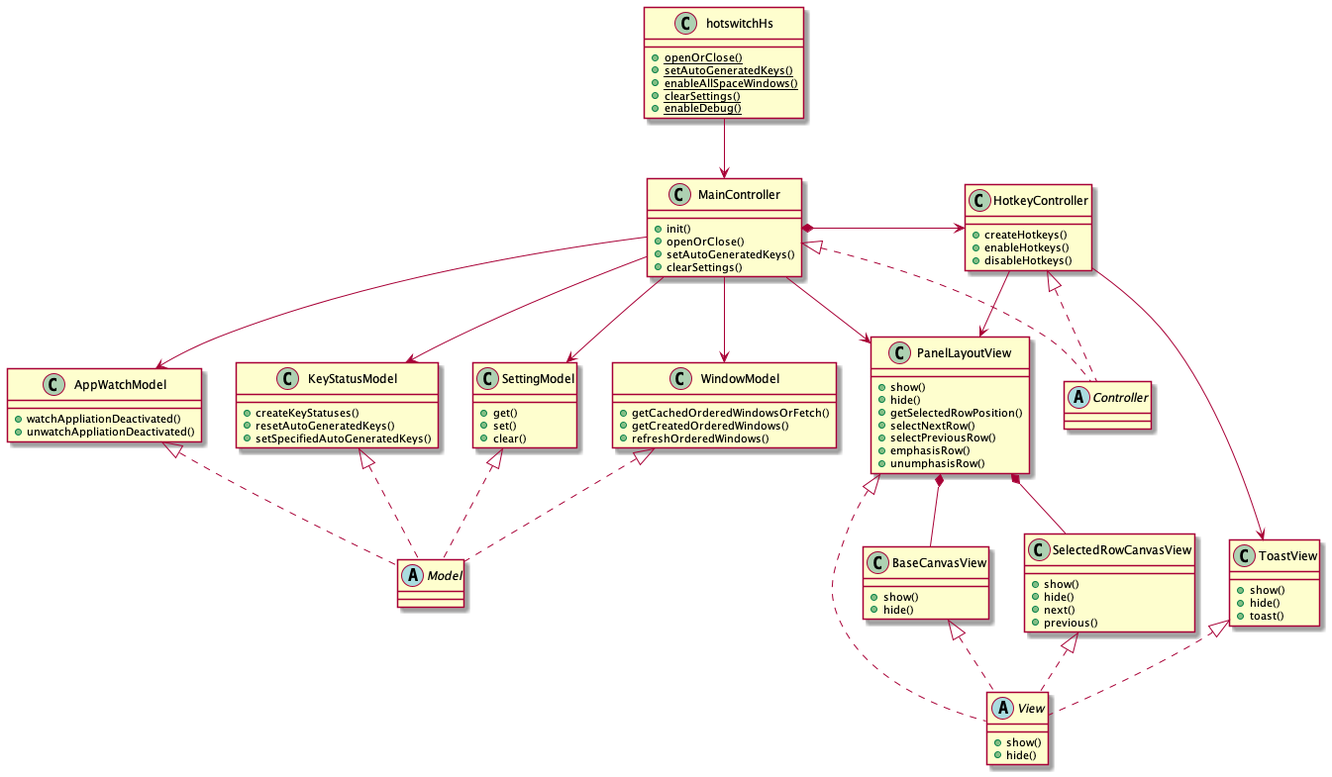
The PlantUML diagram doc/img/class_diagram.png in oniatsu/HotSwitch-HS, before a commit.
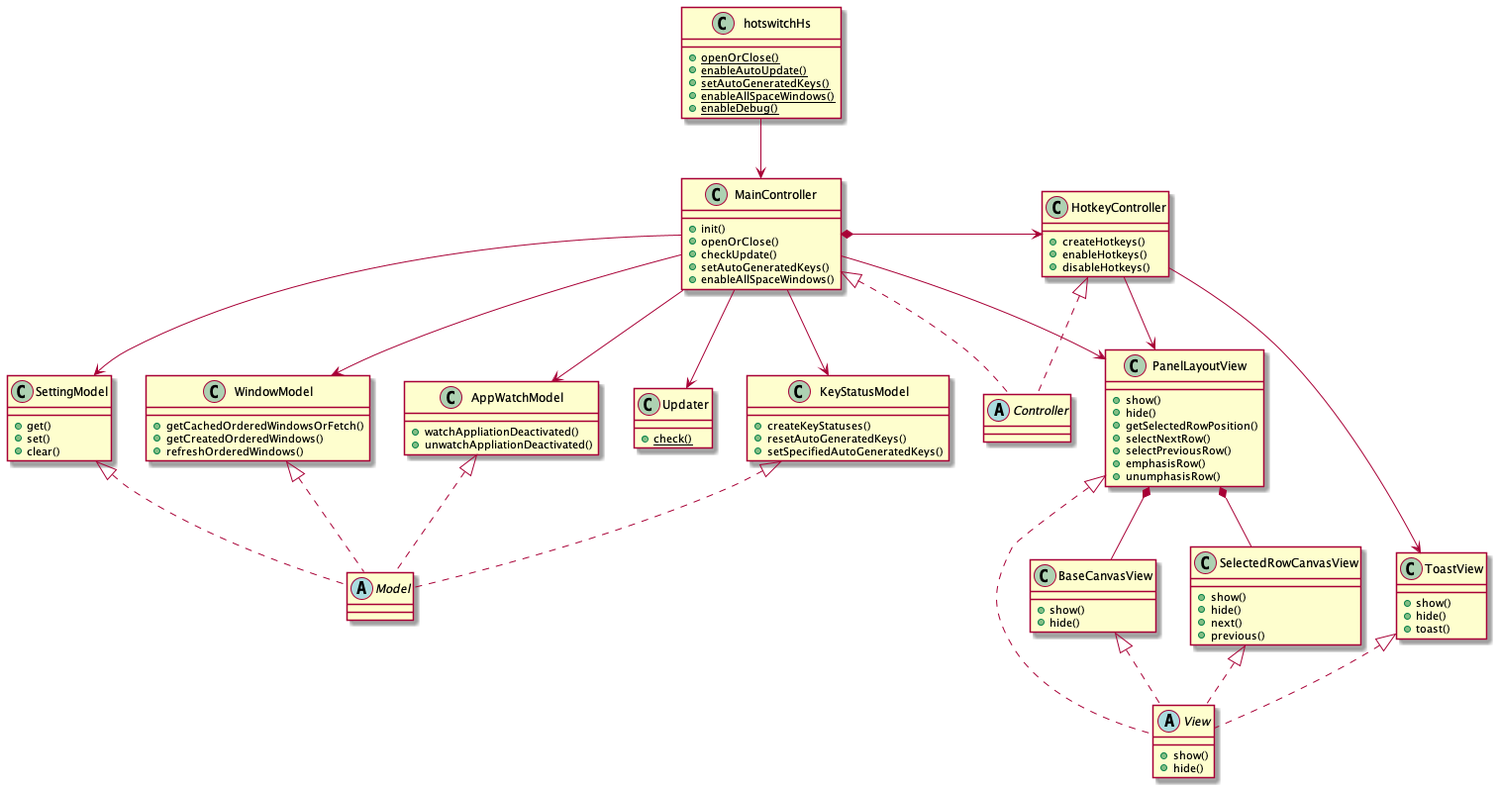
After the commit.

Diff of the diagram source:
```diff
@@ -2,17 +2,18 @@
 
 class hotswitchHs {
     {static} +openOrClose()
+    {static} +enableAutoUpdate()
     {static} +setAutoGeneratedKeys()
     {static} +enableAllSpaceWindows()
-    {static} +clearSettings()
     {static} +enableDebug()
 }
 
 class MainController {
     +init()
     +openOrClose()
+    +checkUpdate()
     +setAutoGeneratedKeys()
-    +clearSettings()
+    +enableAllSpaceWindows()
 }
 class HotkeyController {
     +createHotkeys()
@@ -71,6 +72,10 @@
     +hide()
 }
 
+class Updater {
+    {static} +check()
+}
+
 hotswitchHs --> MainController
 
 MainController *-> HotkeyController
@@ -100,4 +105,6 @@
 PanelLayoutView *-- BaseCanvasView
 PanelLayoutView *-- SelectedRowCanvasView
 
+MainController --> Updater
+
 @endum
```
